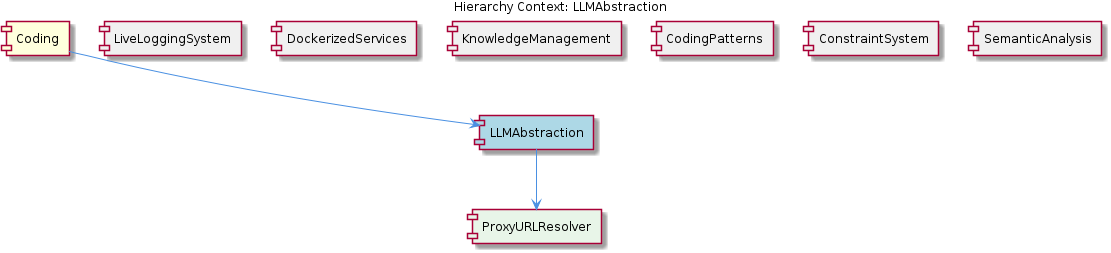
Earlier version of the PlantUML export knowledge-management/insights/images/llmabstraction-relationship.png (fwornle/coding). Its source is kept beside it as .data/knowledge-graph/insights/puml/llmabstraction-relationship.puml.
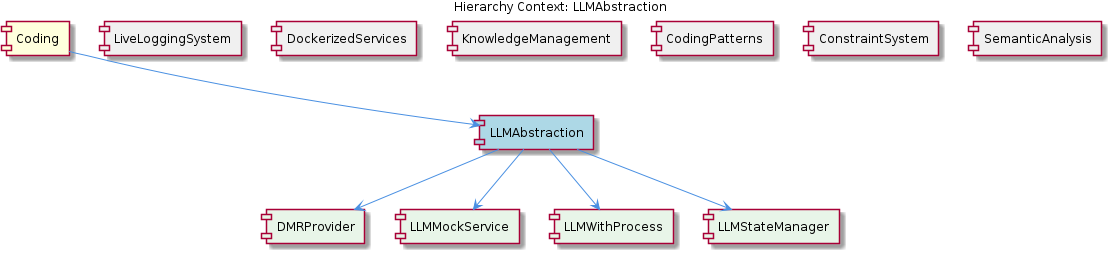
After the change.

Change to the diagram source:
```diff
@@ -11,7 +11,10 @@
 [CodingPatterns] as coding_patterns #F0F0F0
 [ConstraintSystem] as constraint_system #F0F0F0
 [SemanticAnalysis] as semantic_analysis #F0F0F0
-[ProxyURLResolver] as proxy_urlresolver #E8F5E8
+[DMRProvider] as dmrprovider #E8F5E8
+[LLMMockService] as llmmock_service #E8F5E8
+[LLMWithProcess] as llmwith_process #E8F5E8
+[LLMStateManager] as llmstate_manager #E8F5E8
 
 coding --> llmabstraction
 live_logging_system -[hidden]- llmabstraction
@@ -20,6 +23,9 @@
 coding_patterns -[hidden]- llmabstraction
 constraint_system -[hidden]- llmabstraction
 semantic_analysis -[hidden]- llmabstraction
-llmabstraction --> proxy_urlresolver
+llmabstraction --> dmrprovider
+llmabstraction --> llmmock_service
+llmabstraction --> llmwith_process
+llmabstraction --> llmstate_manager
 
 @enduml
```
